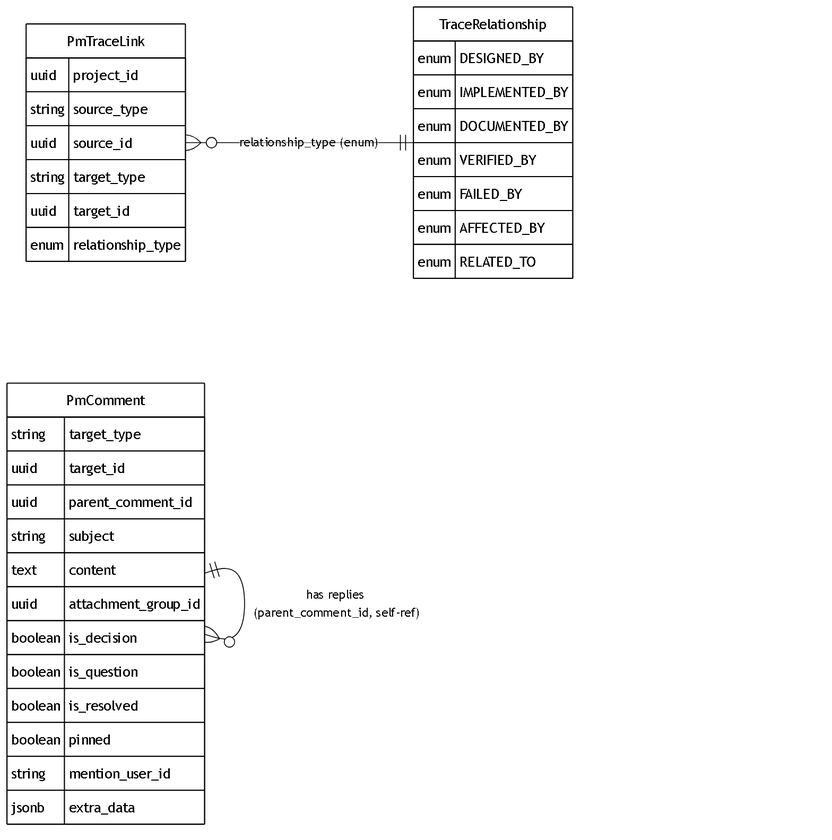
Earlier version of the Mermaid export docs/erd/erd-04b2-trace-comment.png (softinter-chiangrai/sic-project). Its source is kept beside it as docs/erd/erd-04b2-trace-comment.mmd.
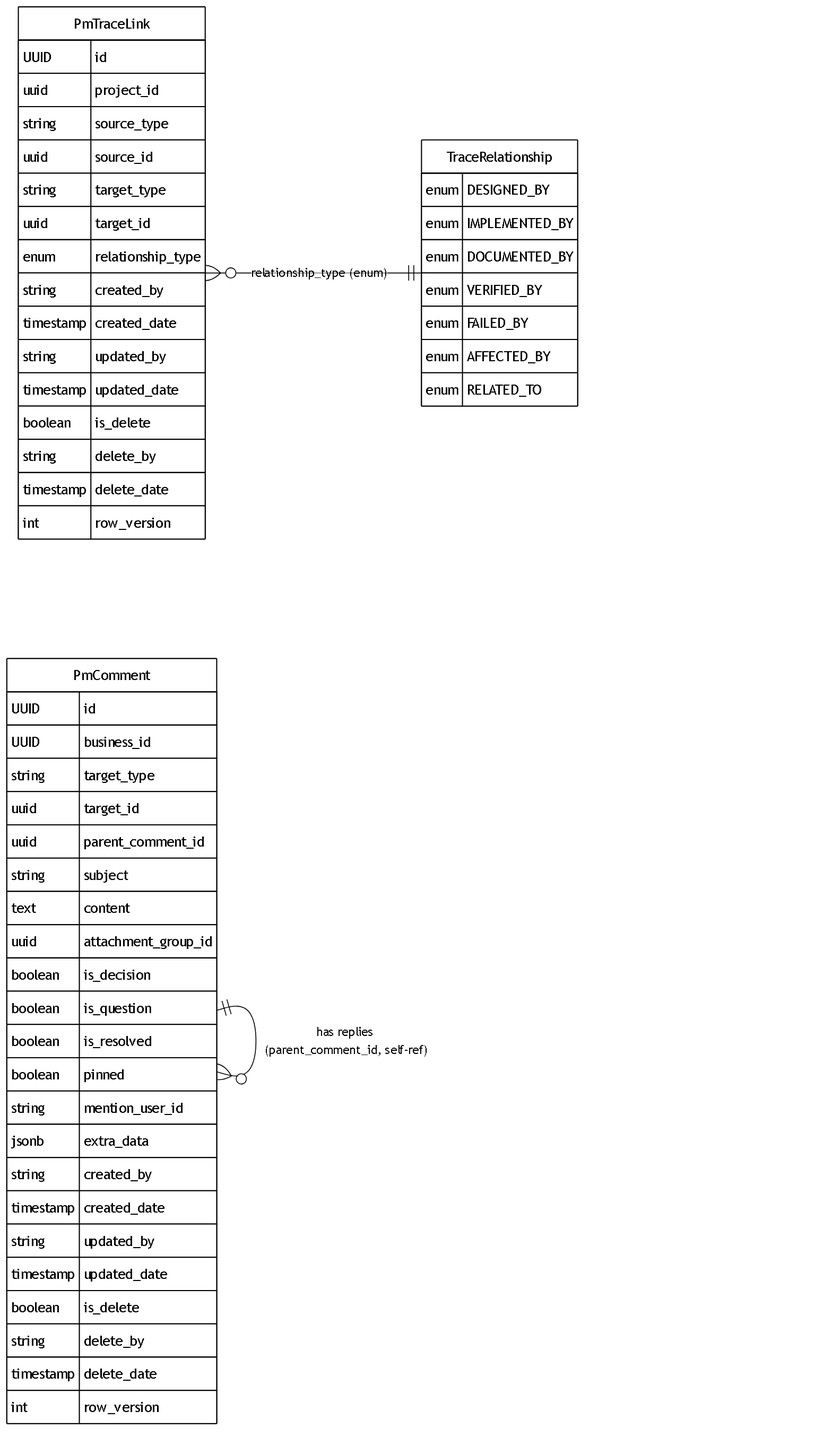
Above is the later version.

What changed in the source:
```diff
@@ -4,12 +4,21 @@
 
 %%{init: {"theme": "base", "themeVariables": {"primaryColor": "#ffffff", "primaryBorderColor": "#000000", "primaryTextColor": "#000000", "lineColor": "#000000", "secondaryColor": "#ffffff", "tertiaryColor": "#ffffff"}, "er": {"diagramPadding": 8, "entityPadding": 12, "minEntityWidth": 90, "minEntityHeight": 40, "fontSize": 22}}}%%
     PmTraceLink {
+        UUID id
         uuid project_id
         string source_type
         uuid source_id
         string target_type
         uuid target_id
         enum relationship_type
+        string created_by
+        timestamp created_date
+        string updated_by
+        timestamp updated_date
+        boolean is_delete
+        string delete_by
+        timestamp delete_date
+        int row_version
     }
 
     TraceRelationship {
@@ -23,6 +32,8 @@
     }
 
     PmComment {
+        UUID id
+        UUID business_id
         string target_type
         uuid target_id
         uuid parent_comment_id
@@ -35,6 +46,14 @@
         boolean pinned
         string mention_user_id
         jsonb extra_data
+        string created_by
+        timestamp created_date
+        string updated_by
+        timestamp updated_date
+        boolean is_delete
+        string delete_by
+        timestamp delete_date
+        int row_version
     }
 
     PmComment ||--o{ PmComment : "has replies (parent_comment_id, self-ref)"
```
